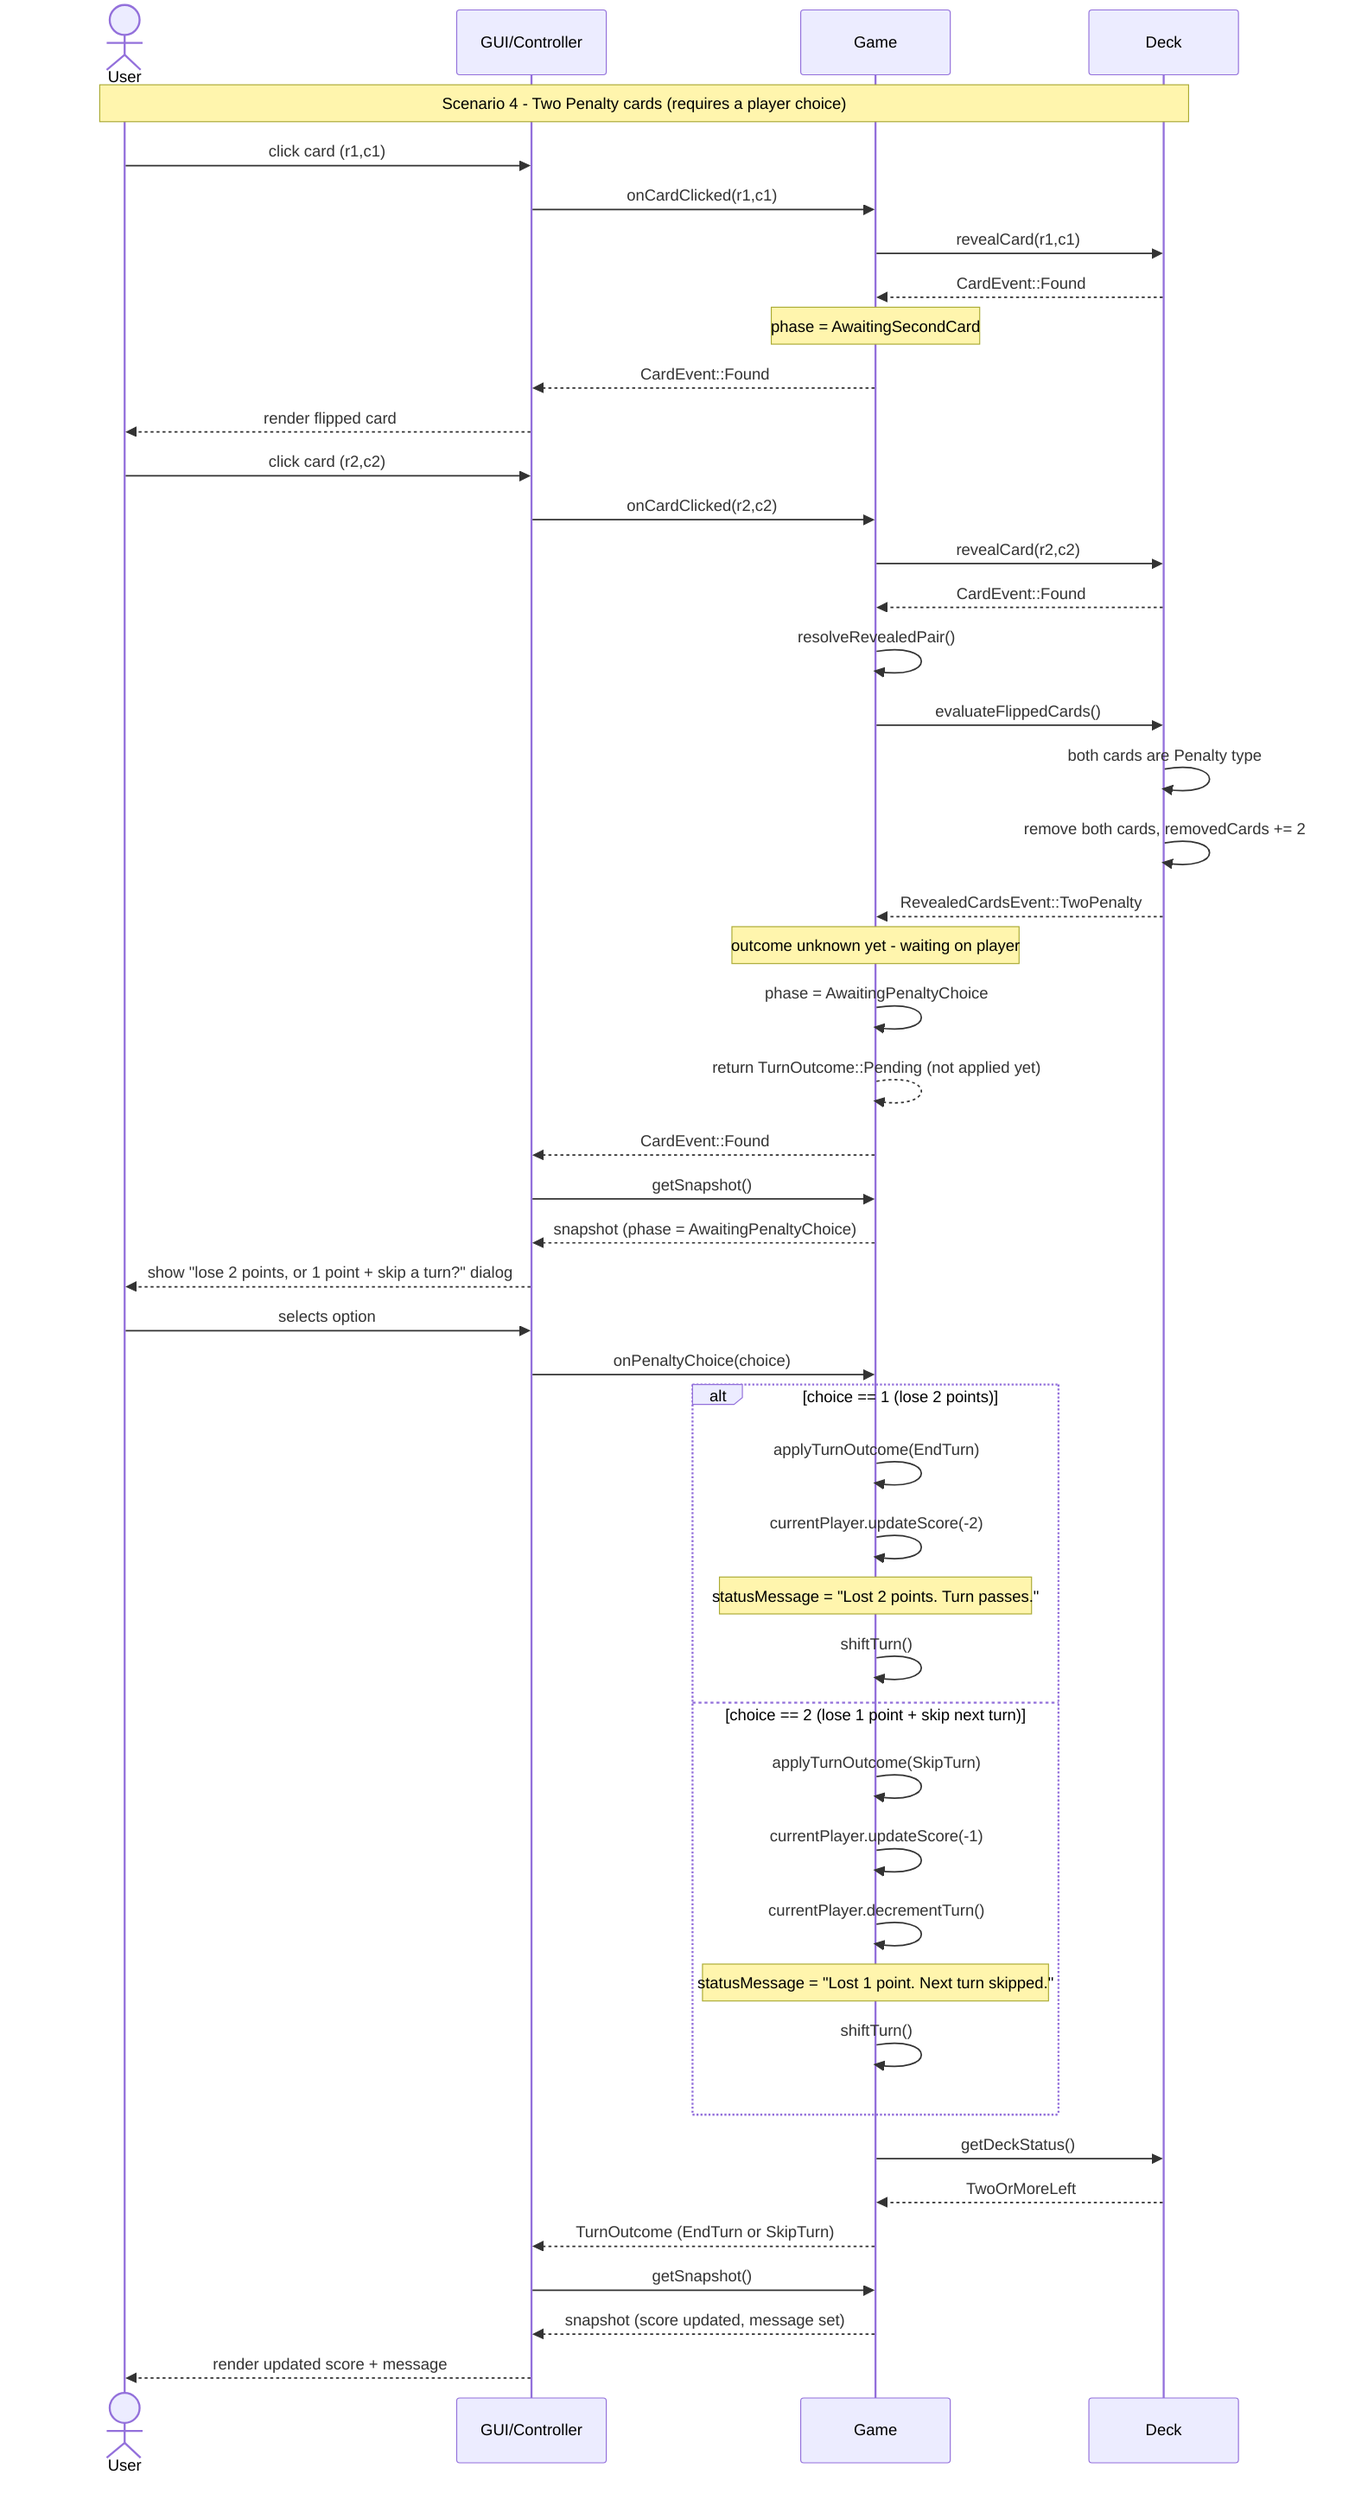
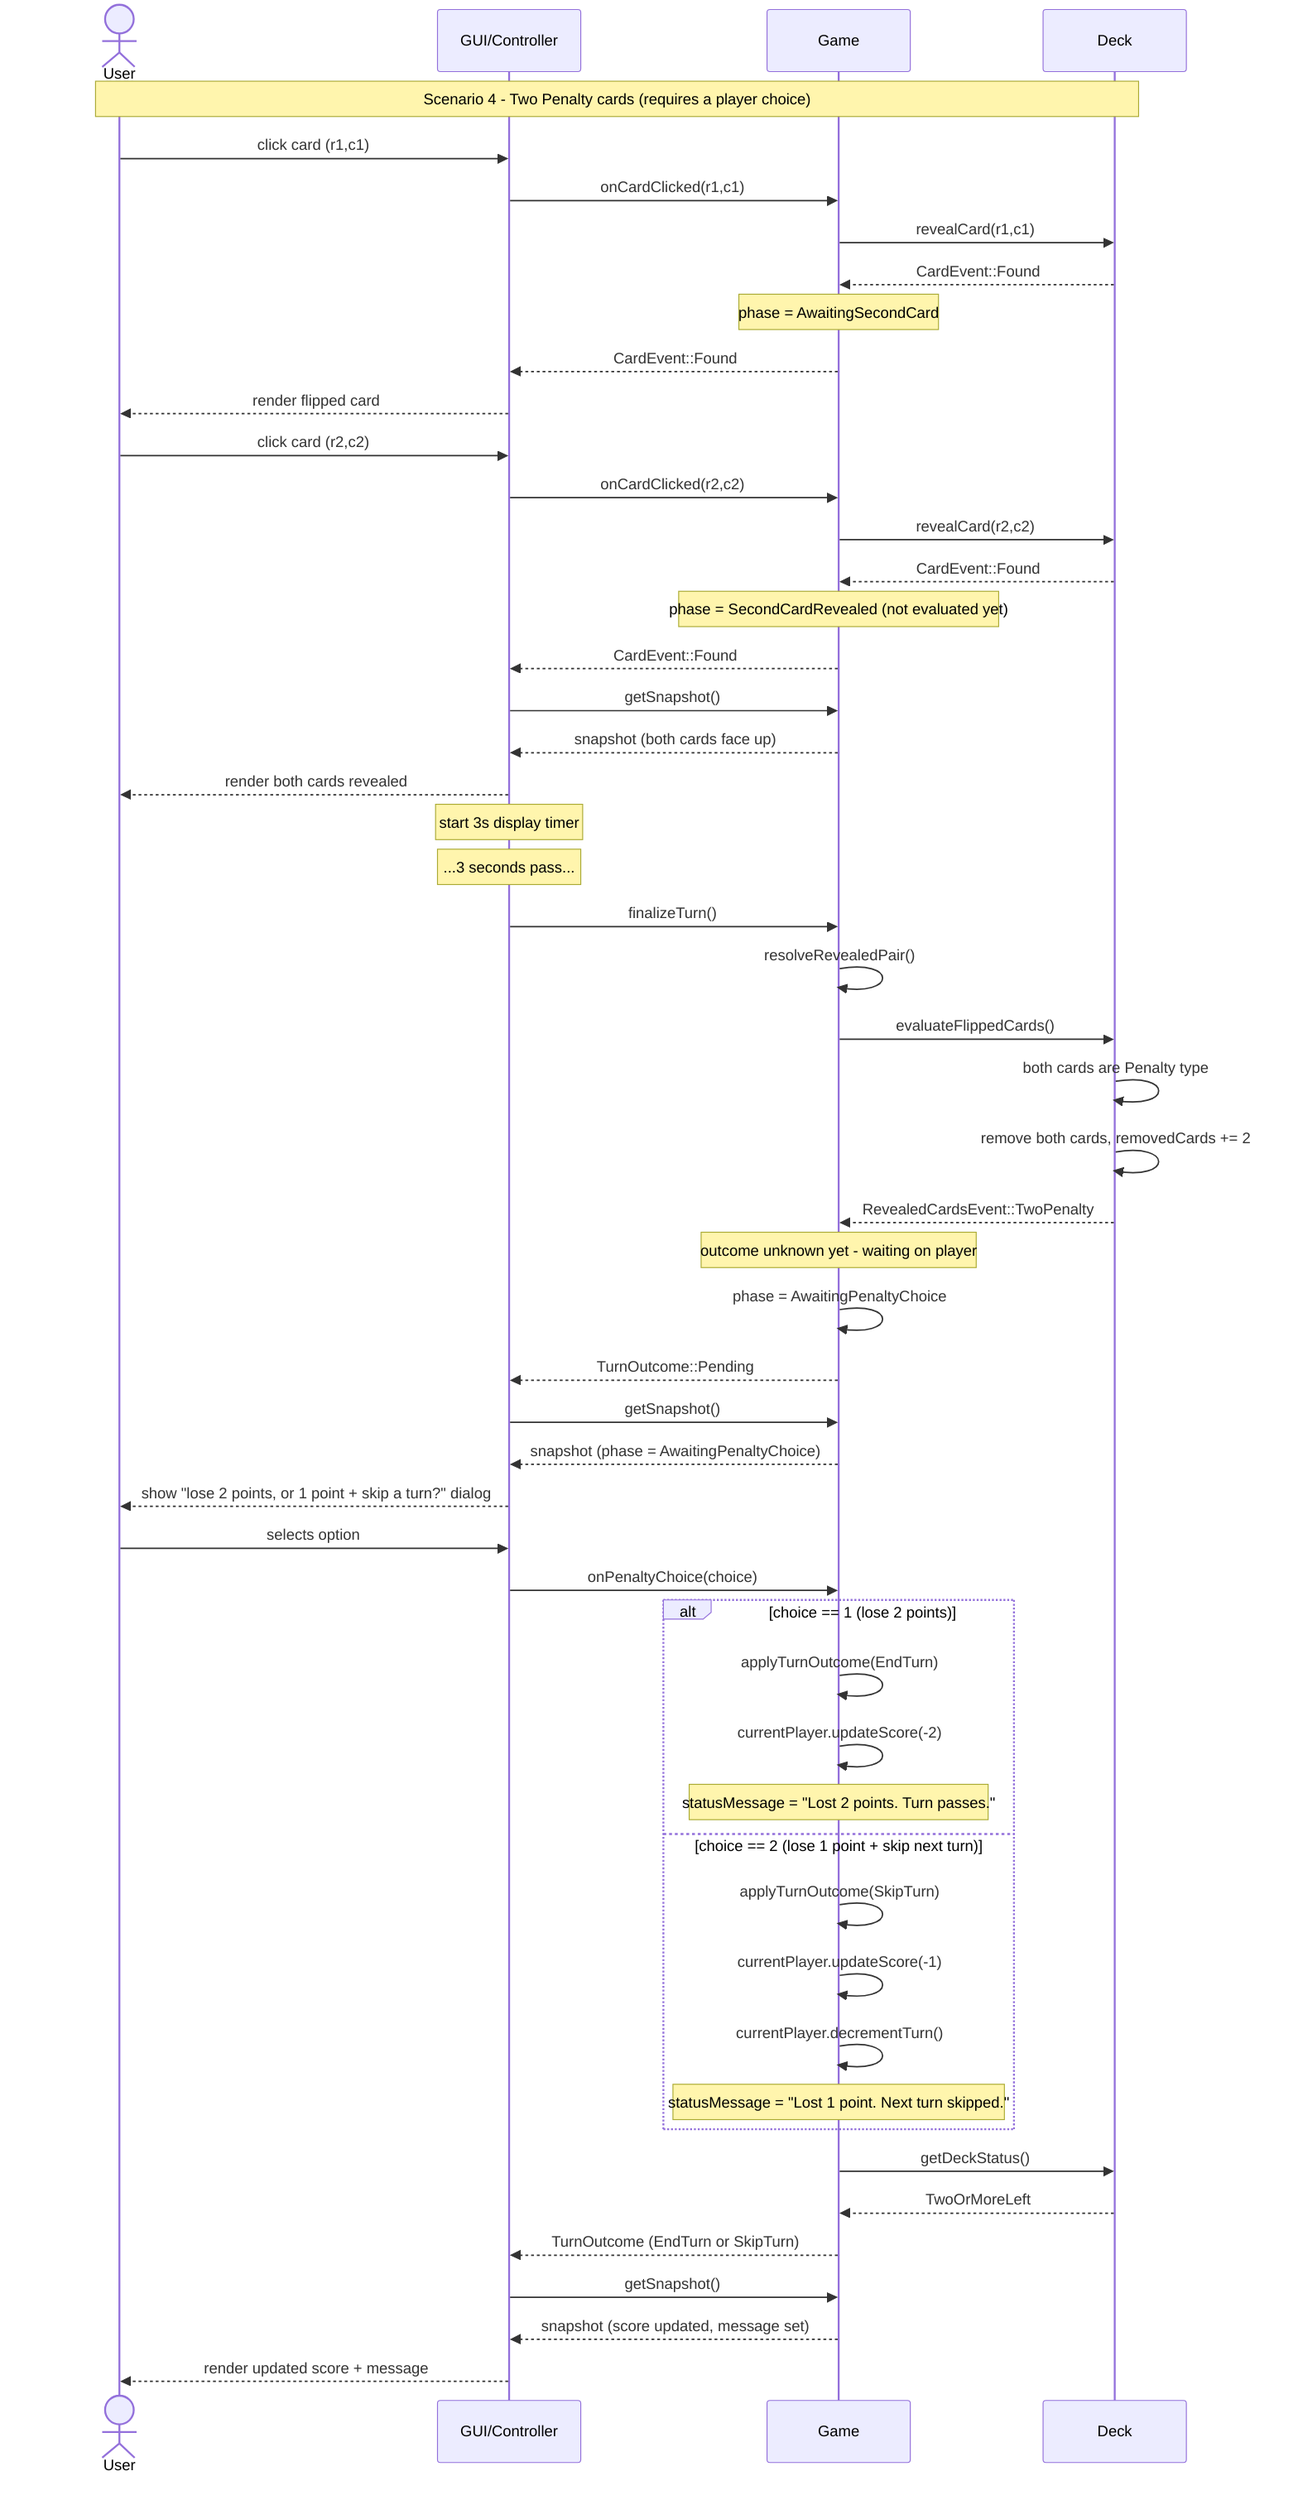
sequenceDiagram
    actor U as User
    participant GUI as GUI/Controller
    participant G as Game
    participant D as Deck

    Note over U,D: Scenario 4 - Two Penalty cards (requires a player choice)

    U->>GUI: click card (r1,c1)
    GUI->>G: onCardClicked(r1,c1)
    G->>D: revealCard(r1,c1)
    D-->>G: CardEvent::Found
    Note over G: phase = AwaitingSecondCard
    G-->>GUI: CardEvent::Found
    GUI-->>U: render flipped card

    U->>GUI: click card (r2,c2)
    GUI->>G: onCardClicked(r2,c2)
    G->>D: revealCard(r2,c2)
    D-->>G: CardEvent::Found
+     Note over G: phase = SecondCardRevealed (not evaluated yet)
+     G-->>GUI: CardEvent::Found
+     GUI->>G: getSnapshot()
+     G-->>GUI: snapshot (both cards face up)
+     GUI-->>U: render both cards revealed
+     Note over GUI: start 3s display timer
+ 
+     Note over GUI: ...3 seconds pass...
+     GUI->>G: finalizeTurn()
    G->>G: resolveRevealedPair()
    G->>D: evaluateFlippedCards()
    D->>D: both cards are Penalty type
    D->>D: remove both cards, removedCards += 2
    D-->>G: RevealedCardsEvent::TwoPenalty
    Note over G: outcome unknown yet - waiting on player
    G->>G: phase = AwaitingPenaltyChoice
-     G-->>G: return TurnOutcome::Pending (not applied yet)
-     G-->>GUI: CardEvent::Found
+     G-->>GUI: TurnOutcome::Pending
    GUI->>G: getSnapshot()
    G-->>GUI: snapshot (phase = AwaitingPenaltyChoice)
    GUI-->>U: show "lose 2 points, or 1 point + skip a turn?" dialog

    U->>GUI: selects option
    GUI->>G: onPenaltyChoice(choice)

    alt choice == 1 (lose 2 points)
        G->>G: applyTurnOutcome(EndTurn)
        G->>G: currentPlayer.updateScore(-2)
        Note over G: statusMessage = "Lost 2 points. Turn passes."
-         G->>G: shiftTurn()
    else choice == 2 (lose 1 point + skip next turn)
        G->>G: applyTurnOutcome(SkipTurn)
        G->>G: currentPlayer.updateScore(-1)
        G->>G: currentPlayer.decrementTurn()
        Note over G: statusMessage = "Lost 1 point. Next turn skipped."
-         G->>G: shiftTurn()
    end

    G->>D: getDeckStatus()
    D-->>G: TwoOrMoreLeft
    G-->>GUI: TurnOutcome (EndTurn or SkipTurn)
    GUI->>G: getSnapshot()
    G-->>GUI: snapshot (score updated, message set)
    GUI-->>U: render updated score + message
